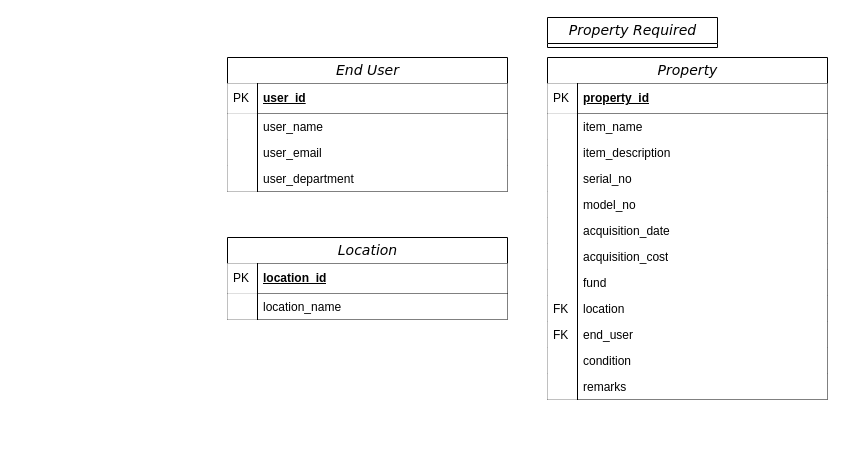
This is diagram/erd.drawio from MarvinWaro/property-management, a draw.io file, before an edit. Source tidied: cells renumbered, new cells numbered last; positions are measured from the earlier drawing's top-left corner, leaving out a move shared by most shapes. Both pictures are drawn from the tidied source at 100%, with x=0, y=0 at pixel (227, 17).
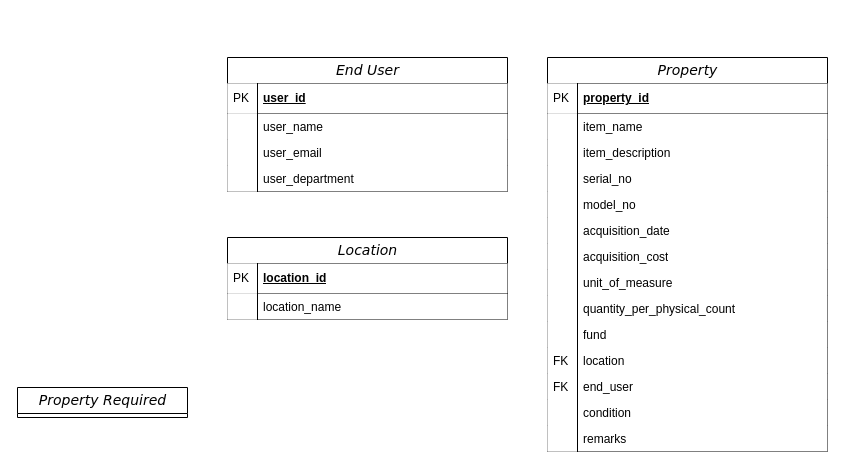
The same diagram, later.

The edit, as a diff of the source:
```diff
@@
     <mxCell id="2" value="&lt;i&gt;Property&lt;/i&gt;" style="swimlane;html=1;fontStyle=0;horizontal=1;startSize=26;swimlaneFillColor=#ffffff;align=center;rounded=0;shadow=0;comic=0;labelBackgroundColor=none;strokeWidth=1;fontFamily=Verdana;fontSize=14;swimlaneLine=1;" parent="1" vertex="1">
-      <mxGeometry x="320" y="40" width="280" height="342" as="geometry" />
+      <mxGeometry x="320" y="40" width="280" height="394" as="geometry" />
     </mxCell>
@@
+    <mxCell id="42" value="unit_of_measure" style="shape=partialRectangle;top=0;left=0;right=0;bottom=0;html=1;align=left;verticalAlign=top;spacingLeft=34;spacingRight=4;whiteSpace=wrap;overflow=hidden;" parent="2" vertex="1">
+      <mxGeometry y="212" width="280" height="26" as="geometry" />
+    </mxCell>
+    <mxCell id="43" style="shape=partialRectangle;top=0;left=0;bottom=0;html=1;align=left;verticalAlign=top;spacingLeft=4;spacingRight=4;whiteSpace=wrap;overflow=hidden;" parent="42" vertex="1">
+      <mxGeometry width="30" height="26" as="geometry" />
+    </mxCell>
+    <mxCell id="44" value="quantity_per_physical_count&lt;br&gt;" style="shape=partialRectangle;top=0;left=0;right=0;bottom=0;html=1;align=left;verticalAlign=top;spacingLeft=34;spacingRight=4;whiteSpace=wrap;overflow=hidden;" parent="2" vertex="1">
+      <mxGeometry y="238" width="280" height="26" as="geometry" />
+    </mxCell>
+    <mxCell id="45" style="shape=partialRectangle;top=0;left=0;bottom=0;html=1;align=left;verticalAlign=top;spacingLeft=4;spacingRight=4;whiteSpace=wrap;overflow=hidden;" parent="44" vertex="1">
+      <mxGeometry width="30" height="26" as="geometry" />
+    </mxCell>
     <mxCell id="17" value="fund" style="shape=partialRectangle;top=0;left=0;right=0;bottom=0;html=1;align=left;verticalAlign=top;spacingLeft=34;spacingRight=4;whiteSpace=wrap;overflow=hidden;" parent="2" vertex="1">
-      <mxGeometry y="212" width="280" height="26" as="geometry" />
+      <mxGeometry y="264" width="280" height="26" as="geometry" />
     </mxCell>
@@
     <mxCell id="19" value="location" style="shape=partialRectangle;top=0;left=0;right=0;bottom=0;html=1;align=left;verticalAlign=top;spacingLeft=34;spacingRight=4;whiteSpace=wrap;overflow=hidden;" parent="2" vertex="1">
-      <mxGeometry y="238" width="280" height="26" as="geometry" />
+      <mxGeometry y="290" width="280" height="26" as="geometry" />
     </mxCell>
@@
     <mxCell id="21" value="end_user" style="shape=partialRectangle;top=0;left=0;right=0;bottom=0;html=1;align=left;verticalAlign=top;spacingLeft=34;spacingRight=4;whiteSpace=wrap;overflow=hidden;" parent="2" vertex="1">
-      <mxGeometry y="264" width="280" height="26" as="geometry" />
+      <mxGeometry y="316" width="280" height="26" as="geometry" />
     </mxCell>
@@
     <mxCell id="23" value="condition" style="shape=partialRectangle;top=0;left=0;right=0;bottom=0;html=1;align=left;verticalAlign=top;spacingLeft=34;spacingRight=4;whiteSpace=wrap;overflow=hidden;" parent="2" vertex="1">
-      <mxGeometry y="290" width="280" height="26" as="geometry" />
+      <mxGeometry y="342" width="280" height="26" as="geometry" />
     </mxCell>
@@
     <mxCell id="25" value="remarks" style="shape=partialRectangle;top=0;left=0;right=0;bottom=0;html=1;align=left;verticalAlign=top;spacingLeft=34;spacingRight=4;whiteSpace=wrap;overflow=hidden;" parent="2" vertex="1">
-      <mxGeometry y="316" width="280" height="26" as="geometry" />
+      <mxGeometry y="368" width="280" height="26" as="geometry" />
     </mxCell>
-    <mxCell id="26" style="shape=partialRectangle;top=0;left=0;bottom=0;html=1;align=left;verticalAlign=top;spacingLeft=4;spacingRight=4;whiteSpace=wrap;overflow=hidden;" parent="25" vertex="1">
-      <mxGeometry width="30" height="26" as="geometry" />
-    </mxCell>
+    <mxCell id="46" style="shape=partialRectangle;top=0;left=0;bottom=0;html=1;align=left;verticalAlign=top;spacingLeft=4;spacingRight=4;whiteSpace=wrap;overflow=hidden;" parent="25" vertex="1">
+      <mxGeometry width="30" height="26" as="geometry" />
+    </mxCell>
@@
     <mxCell id="36" value="&lt;i&gt;Property Required&lt;/i&gt;" style="swimlane;html=1;fontStyle=0;horizontal=1;startSize=26;swimlaneFillColor=#ffffff;align=center;rounded=0;shadow=0;comic=0;labelBackgroundColor=none;strokeWidth=1;fontFamily=Verdana;fontSize=14;swimlaneLine=1;" parent="1" vertex="1" collapsed="1">
-      <mxGeometry x="320" width="170" height="30" as="geometry" />
+      <mxGeometry x="-210" y="370" width="170" height="30" as="geometry" />
     </mxCell>
```
